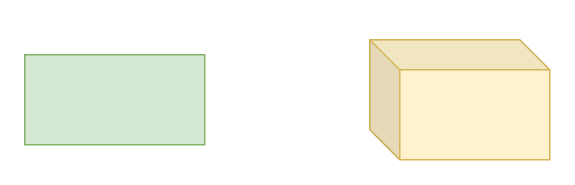
This is 未命名绘图.drawio from AruNi-01/draw.io-repo, a draw.io file, before an edit. Source tidied: cells renumbered, new cells numbered last; positions are measured from the earlier drawing's top-left corner, leaving out a move shared by most shapes. Both pictures are drawn from the tidied source at 150%, with x=0, y=0 at pixel (24, 39).
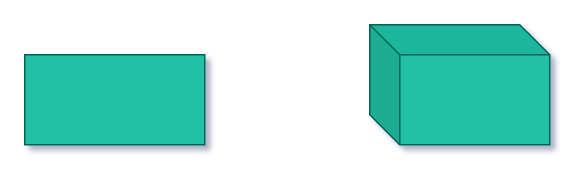
After the change.

Commit message (it also covers changes not shown here):
更新未命名绘图.drawio

Diff of the diagram source:
```diff
@@
-<mxGraphModel>
+<mxGraphModel shadow="1">
   <root>
     <mxCell id="0" />
     <mxCell id="1" parent="0" />
-    <mxCell id="2" style="rounded=0;whiteSpace=wrap;html=1;fillColor=#d5e8d4;strokeColor=#82b366;" parent="1" vertex="1">
+    <mxCell id="2" style="rounded=0;whiteSpace=wrap;html=1;fillColor=#21C0A5;strokeColor=#006658;fontColor=#5C5C5C;" parent="1" vertex="1">
       <mxGeometry y="10" width="120" height="60" as="geometry" />
     </mxCell>
-    <mxCell id="3" style="shape=cube;whiteSpace=wrap;html=1;boundedLbl=1;backgroundOutline=1;darkOpacity=0.05;darkOpacity2=0.1;fillColor=#fff2cc;strokeColor=#d6b656;" parent="1" vertex="1">
-      <mxGeometry x="230" width="120" height="80" as="geometry" />
+    <mxCell id="3" style="shape=cube;whiteSpace=wrap;html=1;boundedLbl=1;backgroundOutline=1;darkOpacity=0.05;darkOpacity2=0.1;fillColor=#21C0A5;strokeColor=#006658;fontColor=#5C5C5C;" parent="1" vertex="1">
+      <mxGeometry x="230" y="-10" width="120" height="80" as="geometry" />
     </mxCell>
   </root>
 </mxGraphModel>
```
